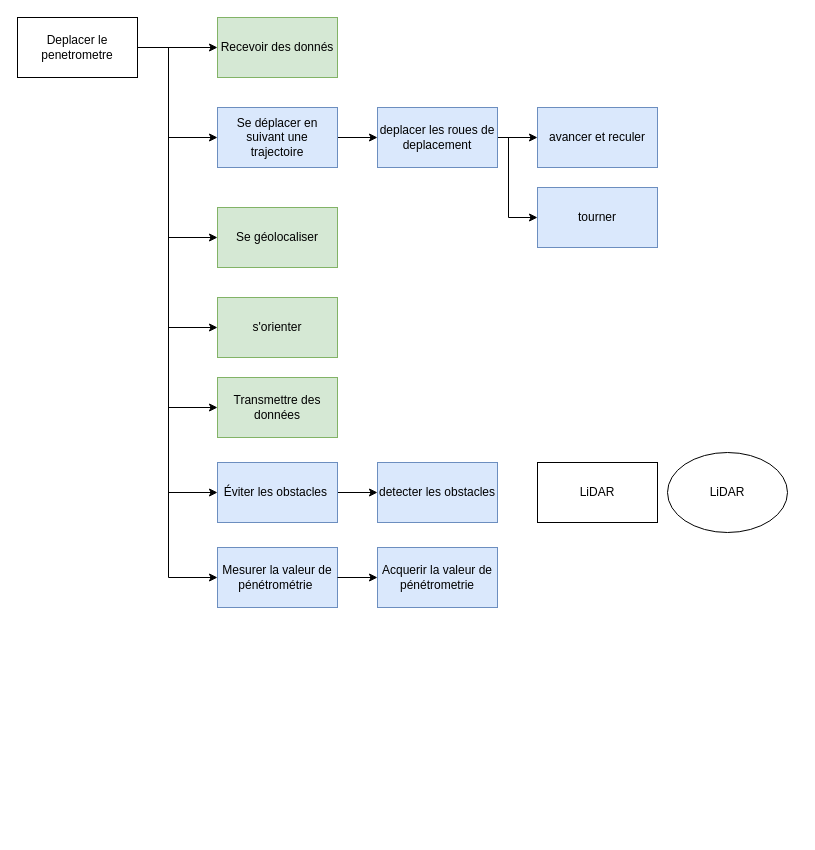
Earlier version of the draw.io diagram SYSML/D-FAST_ER-TA/D-FAST_ER-TA1.drawio (ToGen49/Hippodrome). Source tidied: cells renumbered, new cells numbered last; positions are measured from the earlier drawing's top-left corner, leaving out a move shared by most shapes. Both pictures are drawn from the tidied source at 100%, with x=0, y=0 at pixel (17, 17).
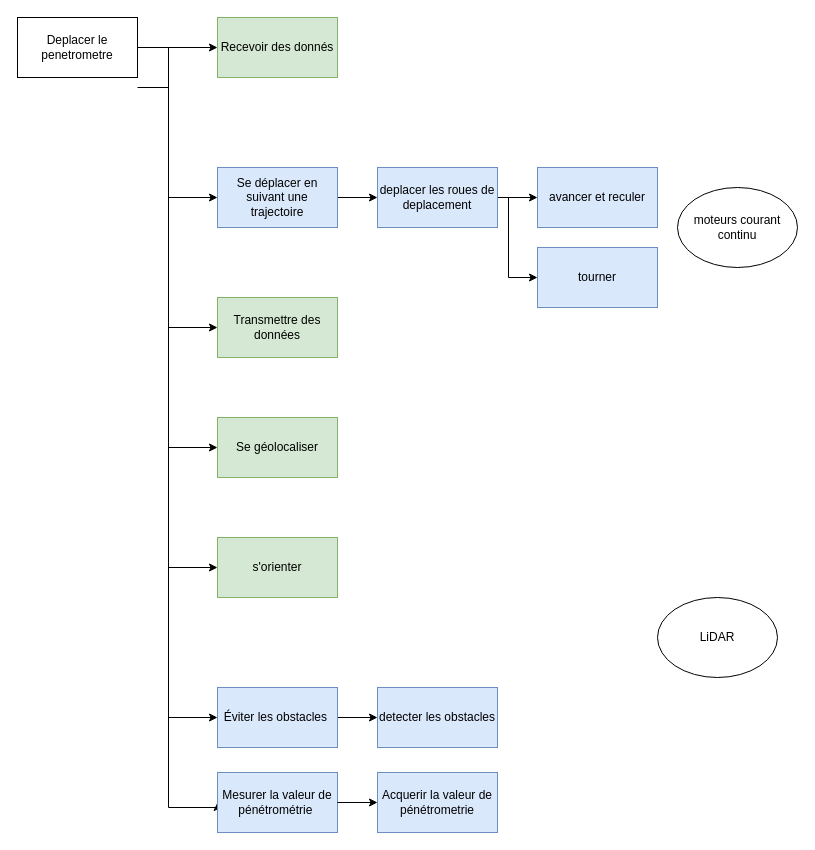
The same diagram, later.

Commit message:
Mettre à jour D-FAST_ER-TA1.drawio

The change refers to these unchanged cells:
```xml
<mxCell id="9" value="Deplacer le penetrometre" style="rounded=0;whiteSpace=wrap;html=1;" parent="1" vertex="1">
  <mxGeometry width="120" height="60" as="geometry" />
</mxCell>
```

What changed in the source:
```diff
@@
     <mxCell id="3" style="edgeStyle=orthogonalEdgeStyle;rounded=0;jettySize=auto;html=1;exitX=1;exitY=0.5;exitDx=0;exitDy=0;entryX=0;entryY=0.5;entryDx=0;entryDy=0;" parent="1" edge="1" source="9" target="15">
       <mxGeometry relative="1" as="geometry">
         <Array as="points">
           <mxPoint x="151" y="30" />
-          <mxPoint x="151" y="120" />
+          <mxPoint x="151" y="180" />
         </Array>
       </mxGeometry>
     </mxCell>
-    <mxCell id="4" style="edgeStyle=orthogonalEdgeStyle;rounded=0;jettySize=auto;html=1;exitX=1;exitY=0.5;exitDx=0;exitDy=0;entryX=0;entryY=0.5;entryDx=0;entryDy=0;" parent="1" edge="1" source="9" target="11">
+    <mxCell id="4" style="edgeStyle=orthogonalEdgeStyle;rounded=0;orthogonalLoop=1;jettySize=auto;html=1;exitX=1;exitY=0.5;exitDx=0;exitDy=0;entryX=0;entryY=0.5;entryDx=0;entryDy=0;" parent="1" edge="1">
       <mxGeometry relative="1" as="geometry">
+        <mxPoint x="120" y="70" as="sourcePoint" />
+        <mxPoint x="200" y="430" as="targetPoint" />
         <Array as="points">
-          <mxPoint x="151" y="30" />
-          <mxPoint x="151" y="220" />
+          <mxPoint x="151" y="70" />
+          <mxPoint x="151" y="430" />
+          <mxPoint x="200" y="430" />
         </Array>
       </mxGeometry>
     </mxCell>
     <mxCell id="5" style="edgeStyle=orthogonalEdgeStyle;rounded=0;jettySize=auto;html=1;exitX=1;exitY=0.5;exitDx=0;exitDy=0;entryX=0;entryY=0.5;entryDx=0;entryDy=0;" parent="1" edge="1" source="9" target="12">
       <mxGeometry relative="1" as="geometry">
         <Array as="points">
           <mxPoint x="151" y="30" />
-          <mxPoint x="151" y="310" />
+          <mxPoint x="151" y="550" />
+          <mxPoint x="200" y="550" />
         </Array>
       </mxGeometry>
     </mxCell>
     <mxCell id="6" style="edgeStyle=orthogonalEdgeStyle;rounded=0;jettySize=auto;html=1;exitX=1;exitY=0.5;exitDx=0;exitDy=0;entryX=0;entryY=0.5;entryDx=0;entryDy=0;" parent="1" edge="1" source="9" target="13">
       <mxGeometry relative="1" as="geometry">
         <Array as="points">
           <mxPoint x="151" y="30" />
-          <mxPoint x="151" y="390" />
+          <mxPoint x="151" y="310" />
+          <mxPoint x="200" y="310" />
         </Array>
       </mxGeometry>
     </mxCell>
     <mxCell id="7" style="edgeStyle=orthogonalEdgeStyle;rounded=0;jettySize=auto;html=1;exitX=1;exitY=0.5;exitDx=0;exitDy=0;entryX=0;entryY=0.5;entryDx=0;entryDy=0;" parent="1" edge="1" source="9" target="17">
       <mxGeometry relative="1" as="geometry">
         <Array as="points">
           <mxPoint x="151" y="30" />
-          <mxPoint x="151" y="475" />
+          <mxPoint x="151" y="700" />
         </Array>
       </mxGeometry>
     </mxCell>
     <mxCell id="8" style="edgeStyle=orthogonalEdgeStyle;rounded=0;jettySize=auto;html=1;exitX=1;exitY=0.5;exitDx=0;exitDy=0;entryX=0;entryY=0.5;entryDx=0;entryDy=0;" parent="1" edge="1" source="9" target="18">
       <mxGeometry relative="1" as="geometry">
         <Array as="points">
           <mxPoint x="151" y="30" />
-          <mxPoint x="151" y="560" />
+          <mxPoint x="151" y="790" />
+          <mxPoint x="200" y="790" />
         </Array>
       </mxGeometry>
     </mxCell>
@@
     <mxCell id="11" value="Se géolocaliser" style="rounded=0;whiteSpace=wrap;html=1;fillColor=#d5e8d4;strokeColor=#82b366;" parent="1" vertex="1">
-      <mxGeometry x="200" y="190" width="120" height="60" as="geometry" />
+      <mxGeometry x="200" y="400" width="120" height="60" as="geometry" />
     </mxCell>
     <mxCell id="12" value="s'orienter" style="rounded=0;whiteSpace=wrap;html=1;fillColor=#d5e8d4;strokeColor=#82b366;" parent="1" vertex="1">
-      <mxGeometry x="200" y="280" width="120" height="60" as="geometry" />
+      <mxGeometry x="200" y="520" width="120" height="60" as="geometry" />
     </mxCell>
     <mxCell id="13" value="Transmettre des données" style="rounded=0;whiteSpace=wrap;html=1;fillColor=#d5e8d4;strokeColor=#82b366;" parent="1" vertex="1">
-      <mxGeometry x="200" y="360" width="120" height="60" as="geometry" />
+      <mxGeometry x="200" y="280" width="120" height="60" as="geometry" />
     </mxCell>
@@
     <mxCell id="15" value="Se déplacer en suivant une&lt;br/&gt;trajectoire" style="rounded=0;whiteSpace=wrap;html=1;fillColor=#dae8fc;strokeColor=#6c8ebf;" parent="1" vertex="1">
-      <mxGeometry x="200" y="90" width="120" height="60" as="geometry" />
+      <mxGeometry x="200" y="150" width="120" height="60" as="geometry" />
     </mxCell>
@@
     <mxCell id="17" value="Éviter les obstacles&amp;nbsp;" style="rounded=0;whiteSpace=wrap;html=1;fillColor=#dae8fc;strokeColor=#6c8ebf;" parent="1" vertex="1">
-      <mxGeometry x="200" y="445" width="120" height="60" as="geometry" />
+      <mxGeometry x="200" y="670" width="120" height="60" as="geometry" />
     </mxCell>
     <mxCell id="18" value="Mesurer la valeur de&lt;br/&gt;pénétrométrie&amp;nbsp;" style="rounded=0;whiteSpace=wrap;html=1;fillColor=#dae8fc;strokeColor=#6c8ebf;" parent="1" vertex="1">
-      <mxGeometry x="200" y="530" width="120" height="60" as="geometry" />
+      <mxGeometry x="200" y="755" width="120" height="60" as="geometry" />
     </mxCell>
@@
     <mxCell id="20" style="edgeStyle=orthogonalEdgeStyle;rounded=0;jettySize=auto;html=1;exitX=1;exitY=0.5;exitDx=0;exitDy=0;entryX=0;entryY=0.5;entryDx=0;entryDy=0;" parent="1" edge="1" source="21" target="24">
       <mxGeometry relative="1" as="geometry">
         <Array as="points">
-          <mxPoint x="491" y="120" />
-          <mxPoint x="491" y="200" />
+          <mxPoint x="491" y="180" />
+          <mxPoint x="491" y="260" />
         </Array>
       </mxGeometry>
     </mxCell>
     <mxCell id="21" value="deplacer les roues de deplacement" style="rounded=0;whiteSpace=wrap;html=1;fillColor=#dae8fc;strokeColor=#6c8ebf;" parent="1" vertex="1">
-      <mxGeometry x="360" y="90" width="120" height="60" as="geometry" />
+      <mxGeometry x="360" y="150" width="120" height="60" as="geometry" />
     </mxCell>
     <mxCell id="22" value="detecter les obstacles" style="rounded=0;whiteSpace=wrap;html=1;fillColor=#dae8fc;strokeColor=#6c8ebf;" parent="1" vertex="1">
-      <mxGeometry x="360" y="445" width="120" height="60" as="geometry" />
+      <mxGeometry x="360" y="670" width="120" height="60" as="geometry" />
     </mxCell>
     <mxCell id="23" value="avancer et reculer" style="rounded=0;whiteSpace=wrap;html=1;fillColor=#dae8fc;strokeColor=#6c8ebf;" parent="1" vertex="1">
-      <mxGeometry x="520" y="90" width="120" height="60" as="geometry" />
+      <mxGeometry x="520" y="150" width="120" height="60" as="geometry" />
     </mxCell>
     <mxCell id="24" value="tourner" style="rounded=0;whiteSpace=wrap;html=1;fillColor=#dae8fc;strokeColor=#6c8ebf;" parent="1" vertex="1">
-      <mxGeometry x="520" y="170" width="120" height="60" as="geometry" />
+      <mxGeometry x="520" y="230" width="120" height="60" as="geometry" />
     </mxCell>
     <mxCell id="25" value="Acquerir la valeur de pénétrometrie" style="rounded=0;whiteSpace=wrap;html=1;fillColor=#dae8fc;strokeColor=#6c8ebf;" parent="1" vertex="1">
-      <mxGeometry x="360" y="530" width="120" height="60" as="geometry" />
+      <mxGeometry x="360" y="755" width="120" height="60" as="geometry" />
     </mxCell>
@@
-    <mxCell id="27" value="LiDAR" style="rounded=0;whiteSpace=wrap;html=1;" parent="1" vertex="1">
-      <mxGeometry x="520" y="445" width="120" height="60" as="geometry" />
-    </mxCell>
     <mxCell id="28" value="LiDAR" style="ellipse;whiteSpace=wrap;html=1;" parent="1" vertex="1">
-      <mxGeometry x="650" y="435" width="120" height="80" as="geometry" />
+      <mxGeometry x="640" y="580" width="120" height="80" as="geometry" />
     </mxCell>
+    <mxCell id="29" value="moteurs courant continu" style="ellipse;whiteSpace=wrap;html=1;" parent="1" vertex="1">
+      <mxGeometry x="660" y="170" width="120" height="80" as="geometry" />
+    </mxCell>
```
